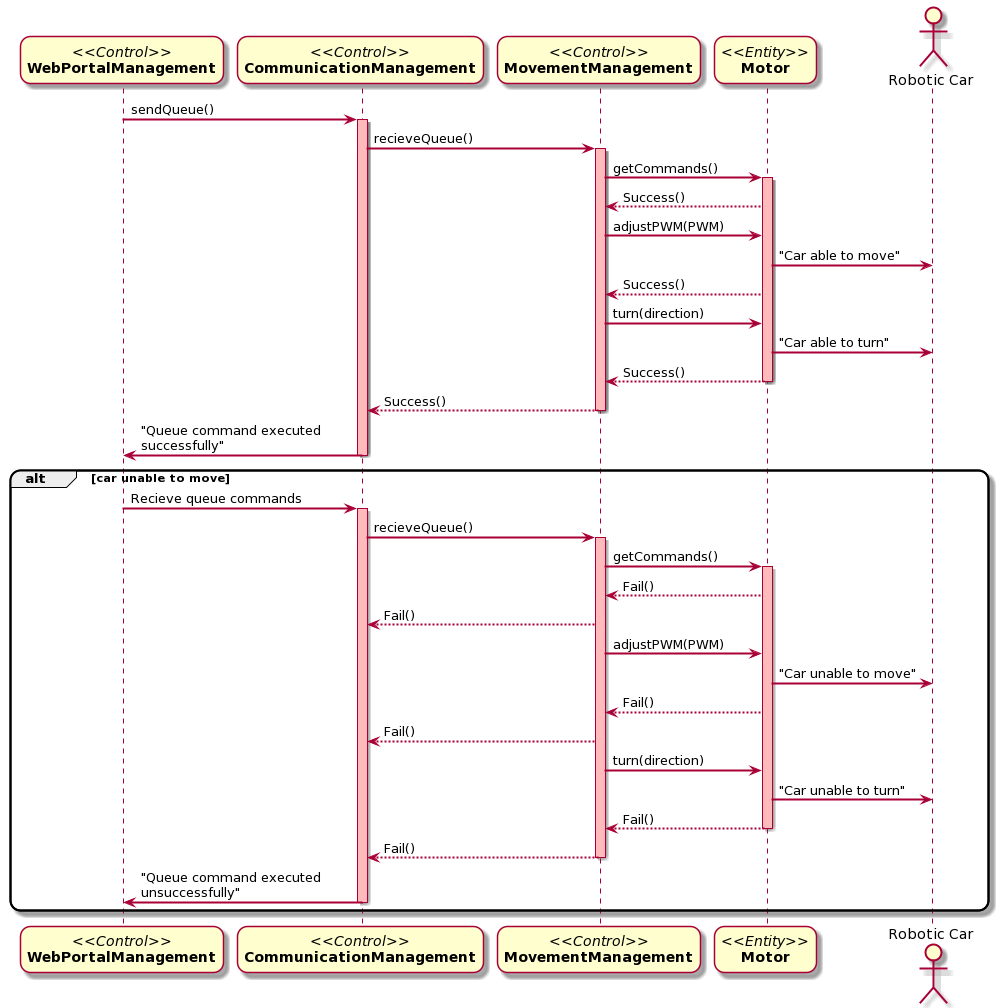
DanielFYJ/2101-2201-Project keeps this PlantUML diagram as Docs/Sequence Diagrams/Project Sequence-Diagram-UC5.png. Above is the earlier version. The source it was exported from:
```plantuml
@startuml
skinparam sequenceArrowThickness 2
skinparam roundcorner 20
skinparam maxmessagesize 200
participant "//<<Control>>//\n**WebPortalManagement**" as WebPortal
participant "//<<Control>>//\n**CommunicationManagement**" as RoboticCarManagement
participant "//<<Control>>//\n**MovementManagement**" as B
participant "//<<Entity>>//\n**Motor**" as C
actor "Robotic Car" as RC

WebPortal -> RoboticCarManagement: sendQueue()
activate RoboticCarManagement #FFBBBB
RoboticCarManagement -> B : recieveQueue()
activate B #FFBBBB
B -> C: getCommands()
activate C #FFBBBB
C --> B: Success()
B-> C : adjustPWM(PWM)
C -> RC : "Car able to move"
C --> B : Success()
B -> C: turn(direction)
C -> RC : "Car able to turn"
C --> B : Success()

deactivate C
B --> RoboticCarManagement: Success()
deactivate B
deactivate WebPortal
RoboticCarManagement -> WebPortal : "Queue command executed successfully"
deactivate RoboticCarManagement

alt car unable to move
WebPortal -> RoboticCarManagement: Recieve queue commands
activate RoboticCarManagement #FFBBBB
RoboticCarManagement -> B : recieveQueue()
activate B #FFBBBB
B -> C: getCommands()
activate C #FFBBBB
C --> B: Fail()
B --> RoboticCarManagement : Fail()
B-> C : adjustPWM(PWM)
C -> RC : "Car unable to move"
C --> B : Fail()
B --> RoboticCarManagement : Fail()
B -> C: turn(direction)
C -> RC : "Car unable to turn"
C --> B : Fail()
deactivate C
B --> RoboticCarManagement : Fail()
deactivate B
deactivate WebPortal
RoboticCarManagement -> WebPortal : "Queue command executed unsuccessfully"
deactivate RoboticCarManagement
end
@enduml
```
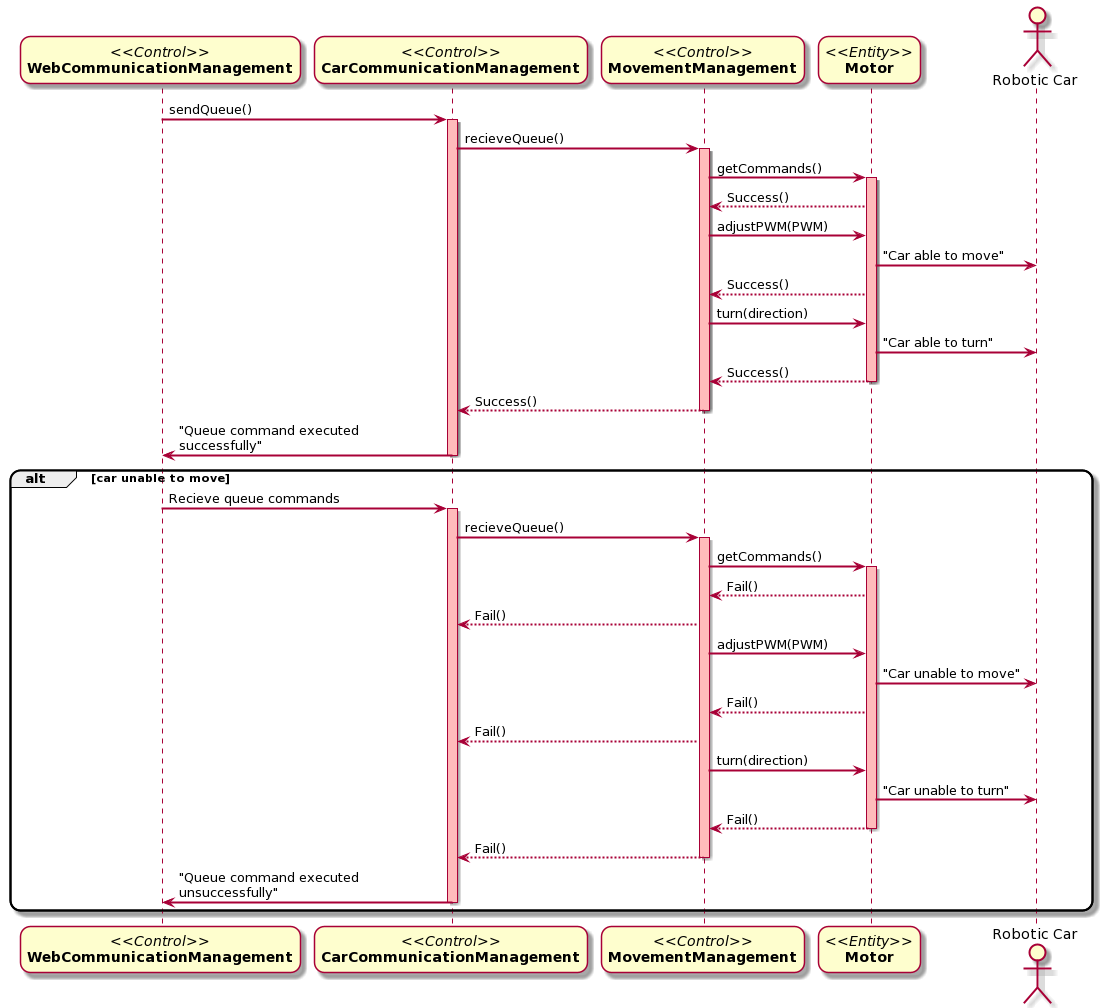
Above is the later version.

Commit message:
Update Sequence Diagram

Diff of the diagram source:
```diff
@@ -2,8 +2,8 @@
 skinparam sequenceArrowThickness 2
 skinparam roundcorner 20
 skinparam maxmessagesize 200
-participant "//<<Control>>//\n**WebPortalManagement**" as WebPortal
-participant "//<<Control>>//\n**CommunicationManagement**" as RoboticCarManagement
+participant "//<<Control>>//\n**WebCommunicationManagement**" as WebPortal
+participant "//<<Control>>//\n**CarCommunicationManagement**" as RoboticCarManagement
 participant "//<<Control>>//\n**MovementManagement**" as B
 participant "//<<Entity>>//\n**Motor**" as C
 actor "Robotic Car" as RC
```
